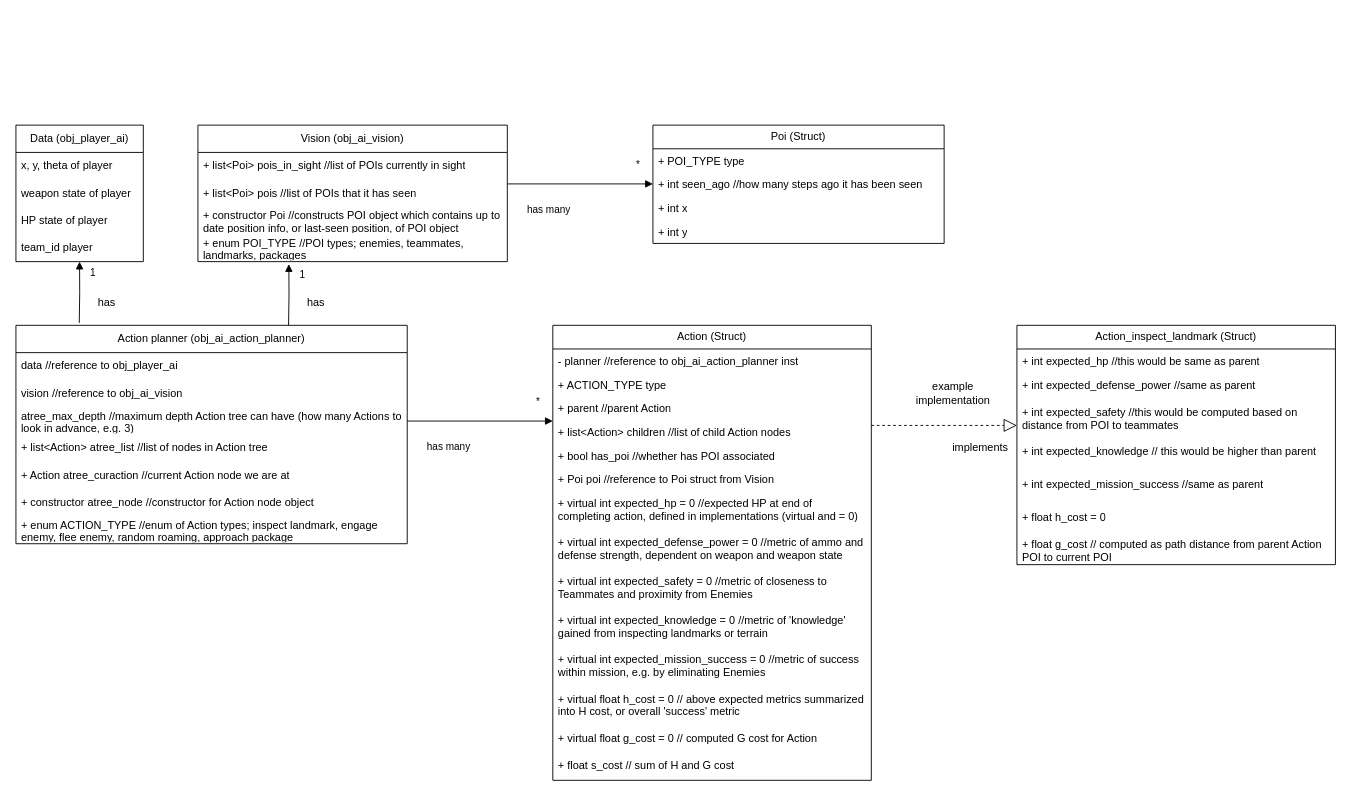
Before: diagrams/ai_classes.drawio in TomPostmus/DogFights-01, a draw.io diagram. Source tidied: cells renumbered, new cells numbered last; positions are measured from the earlier drawing's top-left corner, leaving out a move shared by most shapes. Both pictures are drawn from the tidied source at 91%, with x=0, y=0 at pixel (15, 125).
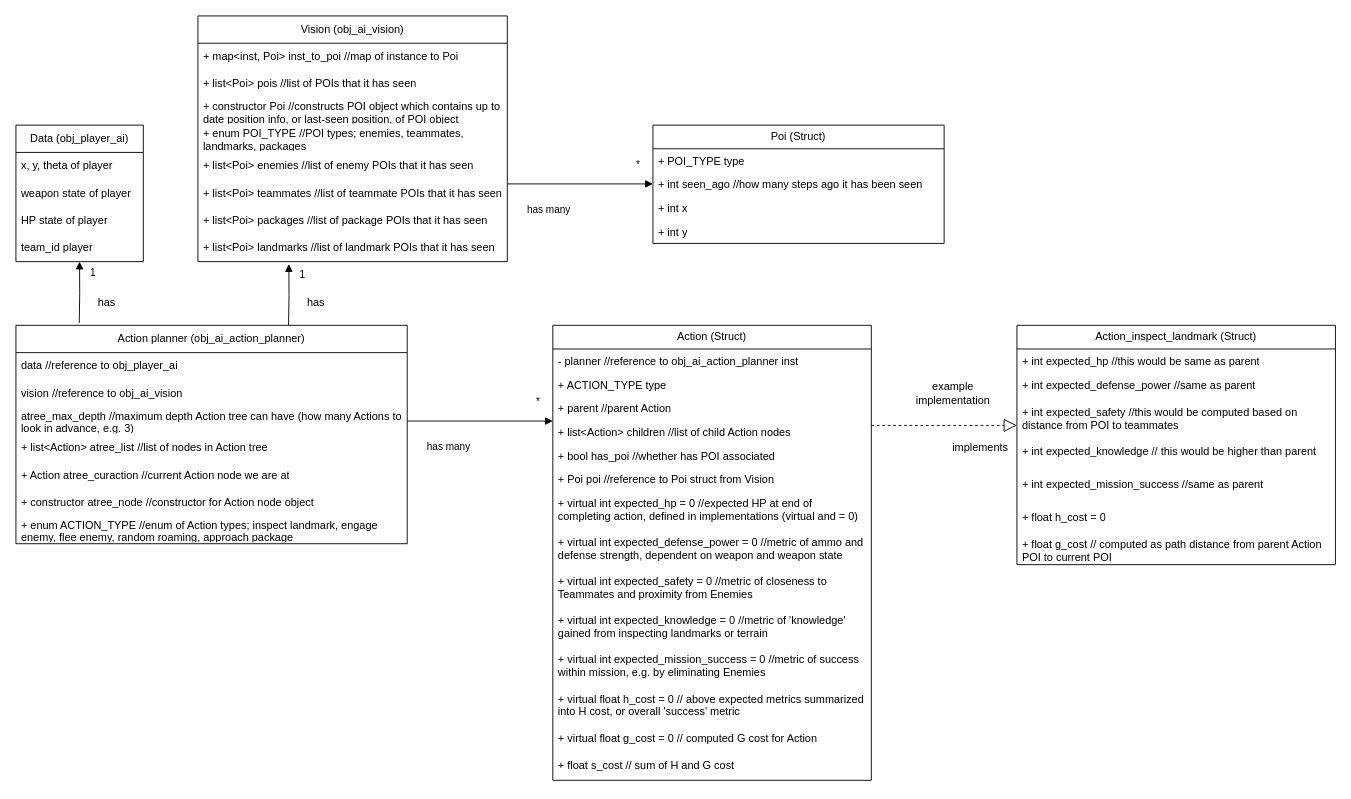
After the change.

Diff of the diagram source:
```diff
@@
     <mxCell id="7" value="Vision (obj_ai_vision)" style="swimlane;fontStyle=0;horizontal=1;startSize=30;whiteSpace=wrap;html=1;" parent="1" vertex="1">
-      <mxGeometry x="200" width="340" height="150" as="geometry" />
+      <mxGeometry x="200" y="-120" width="340" height="270" as="geometry" />
     </mxCell>
-    <mxCell id="8" value="+ list&amp;lt;Poi&amp;gt; pois_in_sight //list of POIs currently in sight" style="text;strokeColor=none;fillColor=none;align=left;verticalAlign=middle;spacingLeft=4;spacingRight=4;overflow=hidden;whiteSpace=wrap;html=1;" parent="7" vertex="1">
+    <mxCell id="8" value="+ map&amp;lt;inst, Poi&amp;gt; inst_to_poi //map of instance to Poi" style="text;strokeColor=none;fillColor=none;align=left;verticalAlign=middle;spacingLeft=4;spacingRight=4;overflow=hidden;whiteSpace=wrap;html=1;" parent="7" vertex="1">
       <mxGeometry y="30" width="340" height="30" as="geometry" />
     </mxCell>
@@
+    <mxCell id="61" value="+ list&amp;lt;Poi&amp;gt; enemies //list of enemy POIs that it has seen" style="text;strokeColor=none;fillColor=none;align=left;verticalAlign=middle;spacingLeft=4;spacingRight=4;overflow=hidden;whiteSpace=wrap;html=1;" parent="7" vertex="1">
+      <mxGeometry y="150" width="340" height="30" as="geometry" />
+    </mxCell>
+    <mxCell id="62" value="+ list&amp;lt;Poi&amp;gt; teammates //list of teammate POIs that it has seen" style="text;strokeColor=none;fillColor=none;align=left;verticalAlign=middle;spacingLeft=4;spacingRight=4;overflow=hidden;whiteSpace=wrap;html=1;" parent="7" vertex="1">
+      <mxGeometry y="180" width="340" height="30" as="geometry" />
+    </mxCell>
+    <mxCell id="63" value="+ list&amp;lt;Poi&amp;gt; packages //list of package POIs that it has seen" style="text;strokeColor=none;fillColor=none;align=left;verticalAlign=middle;spacingLeft=4;spacingRight=4;overflow=hidden;whiteSpace=wrap;html=1;" parent="7" vertex="1">
+      <mxGeometry y="210" width="340" height="30" as="geometry" />
+    </mxCell>
+    <mxCell id="64" value="+ list&amp;lt;Poi&amp;gt; landmarks //list of landmark POIs that it has seen" style="text;strokeColor=none;fillColor=none;align=left;verticalAlign=middle;spacingLeft=4;spacingRight=4;overflow=hidden;whiteSpace=wrap;html=1;" parent="7" vertex="1">
+      <mxGeometry y="240" width="340" height="30" as="geometry" />
+    </mxCell>
```
